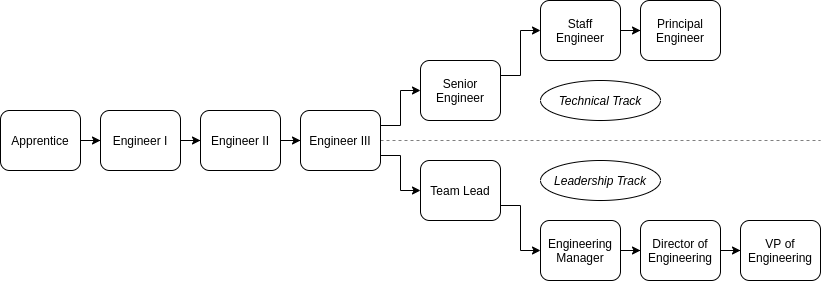
This is careers/career-pathways.drawio.png from packbackbooks/engineering-docs, a draw.io export, as it was before one commit. Source tidied: cells renumbered, new cells last; positions are measured from the earlier drawing's top-left corner, leaving out a move shared by most shapes. Its diagram source:
```xml
<mxGraphModel>
  <root>
    <mxCell id="0" />
    <mxCell id="1" parent="0" />
    <mxCell id="2" style="edgeStyle=orthogonalEdgeStyle;rounded=0;jettySize=auto;html=1;" parent="1" edge="1" source="3" target="5">
      <mxGeometry relative="1" as="geometry" />
    </mxCell>
    <mxCell id="3" value="Apprentice" style="rounded=1;whiteSpace=wrap;html=1;" parent="1" vertex="1">
      <mxGeometry y="110" width="80" height="60" as="geometry" />
    </mxCell>
    <mxCell id="4" style="edgeStyle=orthogonalEdgeStyle;rounded=0;jettySize=auto;html=1;" parent="1" edge="1" source="5" target="7">
      <mxGeometry relative="1" as="geometry" />
    </mxCell>
    <mxCell id="5" value="Engineer I" style="rounded=1;whiteSpace=wrap;html=1;" parent="1" vertex="1">
      <mxGeometry x="100" y="110" width="80" height="60" as="geometry" />
    </mxCell>
    <mxCell id="6" style="edgeStyle=orthogonalEdgeStyle;rounded=0;jettySize=auto;html=1;" parent="1" edge="1" source="7" target="10">
      <mxGeometry relative="1" as="geometry" />
    </mxCell>
    <mxCell id="7" value="Engineer II" style="rounded=1;whiteSpace=wrap;html=1;" parent="1" vertex="1">
      <mxGeometry x="200" y="110" width="80" height="60" as="geometry" />
    </mxCell>
    <mxCell id="8" style="edgeStyle=orthogonalEdgeStyle;rounded=0;jettySize=auto;html=1;exitX=1;exitY=0.75;exitDx=0;exitDy=0;entryX=0;entryY=0.5;entryDx=0;entryDy=0;" parent="1" edge="1" source="10" target="14">
      <mxGeometry relative="1" as="geometry" />
    </mxCell>
    <mxCell id="9" style="edgeStyle=orthogonalEdgeStyle;rounded=0;jettySize=auto;html=1;exitX=1;exitY=0.25;exitDx=0;exitDy=0;entryX=0;entryY=0.5;entryDx=0;entryDy=0;" parent="1" edge="1" source="10" target="12">
      <mxGeometry relative="1" as="geometry" />
    </mxCell>
    <mxCell id="10" value="Engineer III" style="rounded=1;whiteSpace=wrap;html=1;" parent="1" vertex="1">
      <mxGeometry x="300" y="110" width="80" height="60" as="geometry" />
    </mxCell>
    <mxCell id="11" style="edgeStyle=orthogonalEdgeStyle;rounded=0;jettySize=auto;html=1;exitX=1;exitY=0.25;exitDx=0;exitDy=0;" parent="1" edge="1" source="12" target="22">
      <mxGeometry relative="1" as="geometry" />
    </mxCell>
    <mxCell id="12" value="Senior Engineer" style="rounded=1;whiteSpace=wrap;html=1;" parent="1" vertex="1">
      <mxGeometry x="420" y="60" width="80" height="60" as="geometry" />
    </mxCell>
    <mxCell id="13" style="edgeStyle=orthogonalEdgeStyle;rounded=0;jettySize=auto;html=1;exitX=1;exitY=0.75;exitDx=0;exitDy=0;" parent="1" edge="1" source="14" target="17">
      <mxGeometry relative="1" as="geometry" />
    </mxCell>
    <mxCell id="14" value="Team Lead" style="rounded=1;whiteSpace=wrap;html=1;" parent="1" vertex="1">
      <mxGeometry x="420" y="160" width="80" height="60" as="geometry" />
    </mxCell>
    <mxCell id="15" style="endArrow=none;html=1;exitX=1;exitY=0.5;exitDx=0;exitDy=0;dashed=1;opacity=50;" parent="1" edge="1" source="10">
      <mxGeometry relative="1" as="geometry">
        <mxPoint x="820" y="140" as="targetPoint" />
      </mxGeometry>
    </mxCell>
    <mxCell id="16" style="edgeStyle=orthogonalEdgeStyle;rounded=0;jettySize=auto;html=1;" parent="1" edge="1" source="17" target="19">
      <mxGeometry relative="1" as="geometry" />
    </mxCell>
    <mxCell id="17" value="Engineering Manager" style="rounded=1;whiteSpace=wrap;html=1;" parent="1" vertex="1">
      <mxGeometry x="540" y="220" width="80" height="60" as="geometry" />
    </mxCell>
    <mxCell id="18" style="edgeStyle=orthogonalEdgeStyle;rounded=0;jettySize=auto;html=1;" parent="1" edge="1" source="19" target="20">
      <mxGeometry relative="1" as="geometry" />
    </mxCell>
    <mxCell id="19" value="Director of Engineering" style="rounded=1;whiteSpace=wrap;html=1;" parent="1" vertex="1">
      <mxGeometry x="640" y="220" width="80" height="60" as="geometry" />
    </mxCell>
    <mxCell id="20" value="VP of Engineering" style="rounded=1;whiteSpace=wrap;html=1;" parent="1" vertex="1">
      <mxGeometry x="740" y="220" width="80" height="60" as="geometry" />
    </mxCell>
    <mxCell id="21" style="edgeStyle=orthogonalEdgeStyle;rounded=0;jettySize=auto;html=1;" parent="1" edge="1" source="22" target="23">
      <mxGeometry relative="1" as="geometry" />
    </mxCell>
    <mxCell id="22" value="Staff&lt;br&gt;Engineer" style="rounded=1;whiteSpace=wrap;html=1;" parent="1" vertex="1">
      <mxGeometry x="540" width="80" height="60" as="geometry" />
    </mxCell>
    <mxCell id="23" value="Principal Engineer" style="rounded=1;whiteSpace=wrap;html=1;" parent="1" vertex="1">
      <mxGeometry x="640" width="80" height="60" as="geometry" />
    </mxCell>
    <mxCell id="24" value="&lt;i&gt;Technical Track&lt;/i&gt;" style="ellipse;whiteSpace=wrap;html=1;labelBackgroundColor=none;align=center;" parent="1" vertex="1">
      <mxGeometry x="540" y="80" width="120" height="40" as="geometry" />
    </mxCell>
    <mxCell id="25" value="&lt;i&gt;Leadership Track&lt;/i&gt;" style="ellipse;whiteSpace=wrap;html=1;labelBackgroundColor=none;align=center;" parent="1" vertex="1">
      <mxGeometry x="540" y="160" width="120" height="40" as="geometry" />
    </mxCell>
    <mxCell id="26" style="edgeStyle=orthogonalEdgeStyle;rounded=0;orthogonalLoop=1;jettySize=auto;html=1;exitX=0.5;exitY=1;exitDx=0;exitDy=0;" parent="1" edge="1" source="24" target="24">
      <mxGeometry relative="1" as="geometry" />
    </mxCell>
  </root>
</mxGraphModel>
```
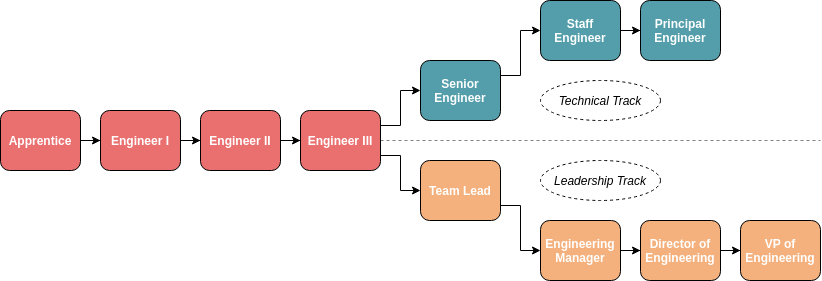
Above is the later version.

Change to the diagram source:
```diff
@@ -5,19 +5,19 @@
     <mxCell id="2" style="edgeStyle=orthogonalEdgeStyle;rounded=0;jettySize=auto;html=1;" parent="1" edge="1" source="3" target="5">
       <mxGeometry relative="1" as="geometry" />
     </mxCell>
-    <mxCell id="3" value="Apprentice" style="rounded=1;whiteSpace=wrap;html=1;" parent="1" vertex="1">
+    <mxCell id="3" value="&lt;font color=&quot;#ffffff&quot;&gt;&lt;b&gt;Apprentice&lt;/b&gt;&lt;/font&gt;" style="rounded=1;whiteSpace=wrap;html=1;fillColor=#EA7070;" parent="1" vertex="1">
       <mxGeometry y="110" width="80" height="60" as="geometry" />
     </mxCell>
     <mxCell id="4" style="edgeStyle=orthogonalEdgeStyle;rounded=0;jettySize=auto;html=1;" parent="1" edge="1" source="5" target="7">
       <mxGeometry relative="1" as="geometry" />
     </mxCell>
-    <mxCell id="5" value="Engineer I" style="rounded=1;whiteSpace=wrap;html=1;" parent="1" vertex="1">
+    <mxCell id="5" value="&lt;font color=&quot;#ffffff&quot;&gt;&lt;b&gt;Engineer I&lt;/b&gt;&lt;/font&gt;" style="rounded=1;whiteSpace=wrap;html=1;fillColor=#EA7070;" parent="1" vertex="1">
       <mxGeometry x="100" y="110" width="80" height="60" as="geometry" />
     </mxCell>
     <mxCell id="6" style="edgeStyle=orthogonalEdgeStyle;rounded=0;jettySize=auto;html=1;" parent="1" edge="1" source="7" target="10">
       <mxGeometry relative="1" as="geometry" />
     </mxCell>
-    <mxCell id="7" value="Engineer II" style="rounded=1;whiteSpace=wrap;html=1;" parent="1" vertex="1">
+    <mxCell id="7" value="&lt;font color=&quot;#ffffff&quot;&gt;&lt;b&gt;Engineer II&lt;/b&gt;&lt;/font&gt;" style="rounded=1;whiteSpace=wrap;html=1;fillColor=#EA7070;" parent="1" vertex="1">
       <mxGeometry x="200" y="110" width="80" height="60" as="geometry" />
     </mxCell>
     <mxCell id="8" style="edgeStyle=orthogonalEdgeStyle;rounded=0;jettySize=auto;html=1;exitX=1;exitY=0.75;exitDx=0;exitDy=0;entryX=0;entryY=0.5;entryDx=0;entryDy=0;" parent="1" edge="1" source="10" target="14">
@@ -26,19 +26,19 @@
     <mxCell id="9" style="edgeStyle=orthogonalEdgeStyle;rounded=0;jettySize=auto;html=1;exitX=1;exitY=0.25;exitDx=0;exitDy=0;entryX=0;entryY=0.5;entryDx=0;entryDy=0;" parent="1" edge="1" source="10" target="12">
       <mxGeometry relative="1" as="geometry" />
     </mxCell>
-    <mxCell id="10" value="Engineer III" style="rounded=1;whiteSpace=wrap;html=1;" parent="1" vertex="1">
+    <mxCell id="10" value="&lt;font color=&quot;#ffffff&quot;&gt;&lt;b&gt;Engineer III&lt;/b&gt;&lt;/font&gt;" style="rounded=1;whiteSpace=wrap;html=1;fillColor=#EA7070;" parent="1" vertex="1">
       <mxGeometry x="300" y="110" width="80" height="60" as="geometry" />
     </mxCell>
     <mxCell id="11" style="edgeStyle=orthogonalEdgeStyle;rounded=0;jettySize=auto;html=1;exitX=1;exitY=0.25;exitDx=0;exitDy=0;" parent="1" edge="1" source="12" target="22">
       <mxGeometry relative="1" as="geometry" />
     </mxCell>
-    <mxCell id="12" value="Senior Engineer" style="rounded=1;whiteSpace=wrap;html=1;" parent="1" vertex="1">
+    <mxCell id="12" value="&lt;font color=&quot;#ffffff&quot;&gt;&lt;b&gt;Senior Engineer&lt;/b&gt;&lt;/font&gt;" style="rounded=1;whiteSpace=wrap;html=1;fillColor=#539EAA;" parent="1" vertex="1">
       <mxGeometry x="420" y="60" width="80" height="60" as="geometry" />
     </mxCell>
     <mxCell id="13" style="edgeStyle=orthogonalEdgeStyle;rounded=0;jettySize=auto;html=1;exitX=1;exitY=0.75;exitDx=0;exitDy=0;" parent="1" edge="1" source="14" target="17">
       <mxGeometry relative="1" as="geometry" />
     </mxCell>
-    <mxCell id="14" value="Team Lead" style="rounded=1;whiteSpace=wrap;html=1;" parent="1" vertex="1">
+    <mxCell id="14" value="&lt;b&gt;&lt;font color=&quot;#ffffff&quot;&gt;Team Lead&lt;/font&gt;&lt;/b&gt;" style="rounded=1;whiteSpace=wrap;html=1;fillColor=#F4B17D;" parent="1" vertex="1">
       <mxGeometry x="420" y="160" width="80" height="60" as="geometry" />
     </mxCell>
     <mxCell id="15" style="endArrow=none;html=1;exitX=1;exitY=0.5;exitDx=0;exitDy=0;dashed=1;opacity=50;" parent="1" edge="1" source="10">
@@ -49,31 +49,31 @@
     <mxCell id="16" style="edgeStyle=orthogonalEdgeStyle;rounded=0;jettySize=auto;html=1;" parent="1" edge="1" source="17" target="19">
       <mxGeometry relative="1" as="geometry" />
     </mxCell>
-    <mxCell id="17" value="Engineering Manager" style="rounded=1;whiteSpace=wrap;html=1;" parent="1" vertex="1">
+    <mxCell id="17" value="&lt;font color=&quot;#ffffff&quot;&gt;&lt;b&gt;Engineering Manager&lt;/b&gt;&lt;/font&gt;" style="rounded=1;whiteSpace=wrap;html=1;fillColor=#F4B17D;" parent="1" vertex="1">
       <mxGeometry x="540" y="220" width="80" height="60" as="geometry" />
     </mxCell>
     <mxCell id="18" style="edgeStyle=orthogonalEdgeStyle;rounded=0;jettySize=auto;html=1;" parent="1" edge="1" source="19" target="20">
       <mxGeometry relative="1" as="geometry" />
     </mxCell>
-    <mxCell id="19" value="Director of Engineering" style="rounded=1;whiteSpace=wrap;html=1;" parent="1" vertex="1">
+    <mxCell id="19" value="&lt;b&gt;&lt;font color=&quot;#ffffff&quot;&gt;Director of Engineering&lt;/font&gt;&lt;/b&gt;" style="rounded=1;whiteSpace=wrap;html=1;fillColor=#F4B17D;" parent="1" vertex="1">
       <mxGeometry x="640" y="220" width="80" height="60" as="geometry" />
     </mxCell>
-    <mxCell id="20" value="VP of Engineering" style="rounded=1;whiteSpace=wrap;html=1;" parent="1" vertex="1">
+    <mxCell id="20" value="&lt;font color=&quot;#ffffff&quot;&gt;&lt;b&gt;VP of Engineering&lt;/b&gt;&lt;/font&gt;" style="rounded=1;whiteSpace=wrap;html=1;fillColor=#F4B17D;" parent="1" vertex="1">
       <mxGeometry x="740" y="220" width="80" height="60" as="geometry" />
     </mxCell>
     <mxCell id="21" style="edgeStyle=orthogonalEdgeStyle;rounded=0;jettySize=auto;html=1;" parent="1" edge="1" source="22" target="23">
       <mxGeometry relative="1" as="geometry" />
     </mxCell>
-    <mxCell id="22" value="Staff&lt;br&gt;Engineer" style="rounded=1;whiteSpace=wrap;html=1;" parent="1" vertex="1">
+    <mxCell id="22" value="&lt;font color=&quot;#ffffff&quot;&gt;&lt;b&gt;Staff&lt;br&gt;Engineer&lt;/b&gt;&lt;/font&gt;" style="rounded=1;whiteSpace=wrap;html=1;fillColor=#539EAA;" parent="1" vertex="1">
       <mxGeometry x="540" width="80" height="60" as="geometry" />
     </mxCell>
-    <mxCell id="23" value="Principal Engineer" style="rounded=1;whiteSpace=wrap;html=1;" parent="1" vertex="1">
+    <mxCell id="23" value="&lt;font color=&quot;#ffffff&quot;&gt;&lt;b&gt;Principal Engineer&lt;/b&gt;&lt;/font&gt;" style="rounded=1;whiteSpace=wrap;html=1;fillColor=#539EAA;" parent="1" vertex="1">
       <mxGeometry x="640" width="80" height="60" as="geometry" />
     </mxCell>
-    <mxCell id="24" value="&lt;i&gt;Technical Track&lt;/i&gt;" style="ellipse;whiteSpace=wrap;html=1;labelBackgroundColor=none;align=center;" parent="1" vertex="1">
+    <mxCell id="24" value="&lt;i&gt;Technical Track&lt;/i&gt;" style="ellipse;whiteSpace=wrap;html=1;labelBackgroundColor=none;align=center;dashed=1;" parent="1" vertex="1">
       <mxGeometry x="540" y="80" width="120" height="40" as="geometry" />
     </mxCell>
-    <mxCell id="25" value="&lt;i&gt;Leadership Track&lt;/i&gt;" style="ellipse;whiteSpace=wrap;html=1;labelBackgroundColor=none;align=center;" parent="1" vertex="1">
+    <mxCell id="25" value="&lt;i&gt;Leadership Track&lt;/i&gt;" style="ellipse;whiteSpace=wrap;html=1;labelBackgroundColor=none;align=center;dashed=1;" parent="1" vertex="1">
       <mxGeometry x="540" y="160" width="120" height="40" as="geometry" />
     </mxCell>
     <mxCell id="26" style="edgeStyle=orthogonalEdgeStyle;rounded=0;orthogonalLoop=1;jettySize=auto;html=1;exitX=0.5;exitY=1;exitDx=0;exitDy=0;" parent="1" edge="1" source="24" target="24">
```
